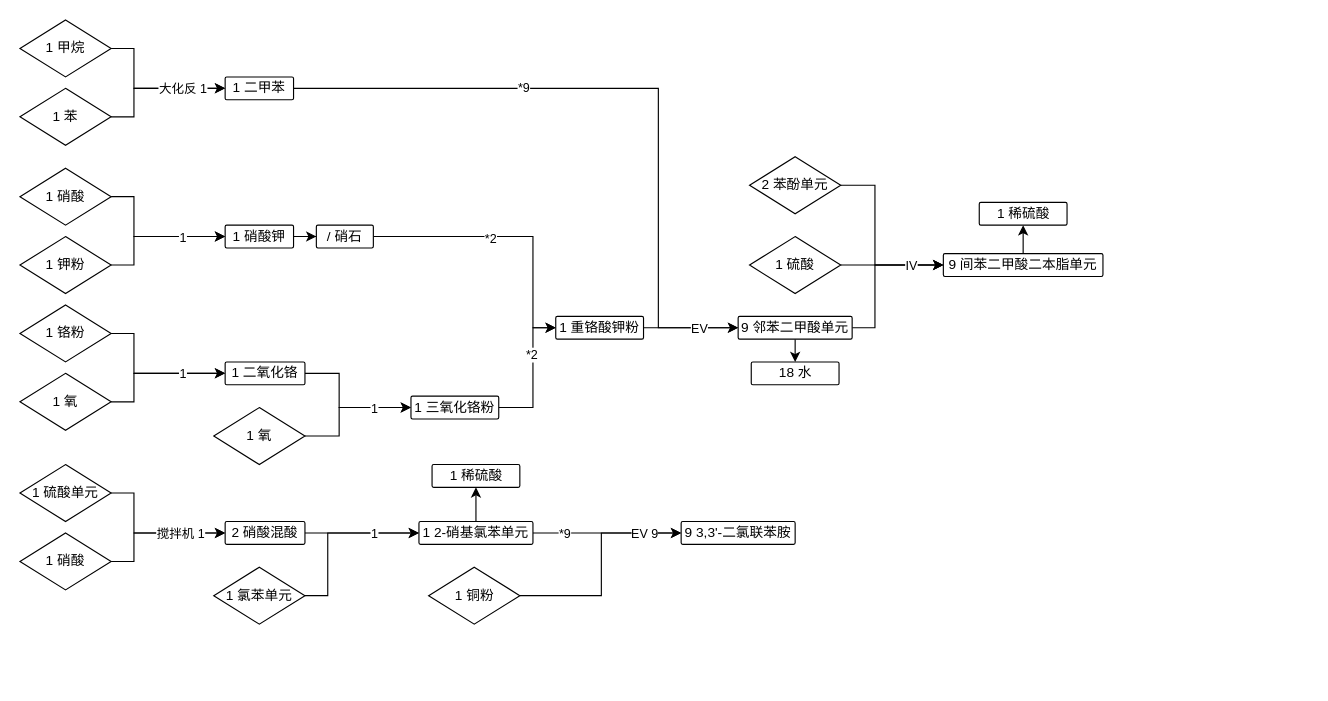
Earlier version of the draw.io diagram 聚苯并咪唑.drawio (ShirasawaSama/GTNH). Source tidied: cells renumbered, new cells numbered last; positions are measured from the earlier drawing's top-left corner, leaving out a move shared by most shapes. Both pictures are drawn from the tidied source at 114%, with x=0, y=0 at pixel (19, 19).
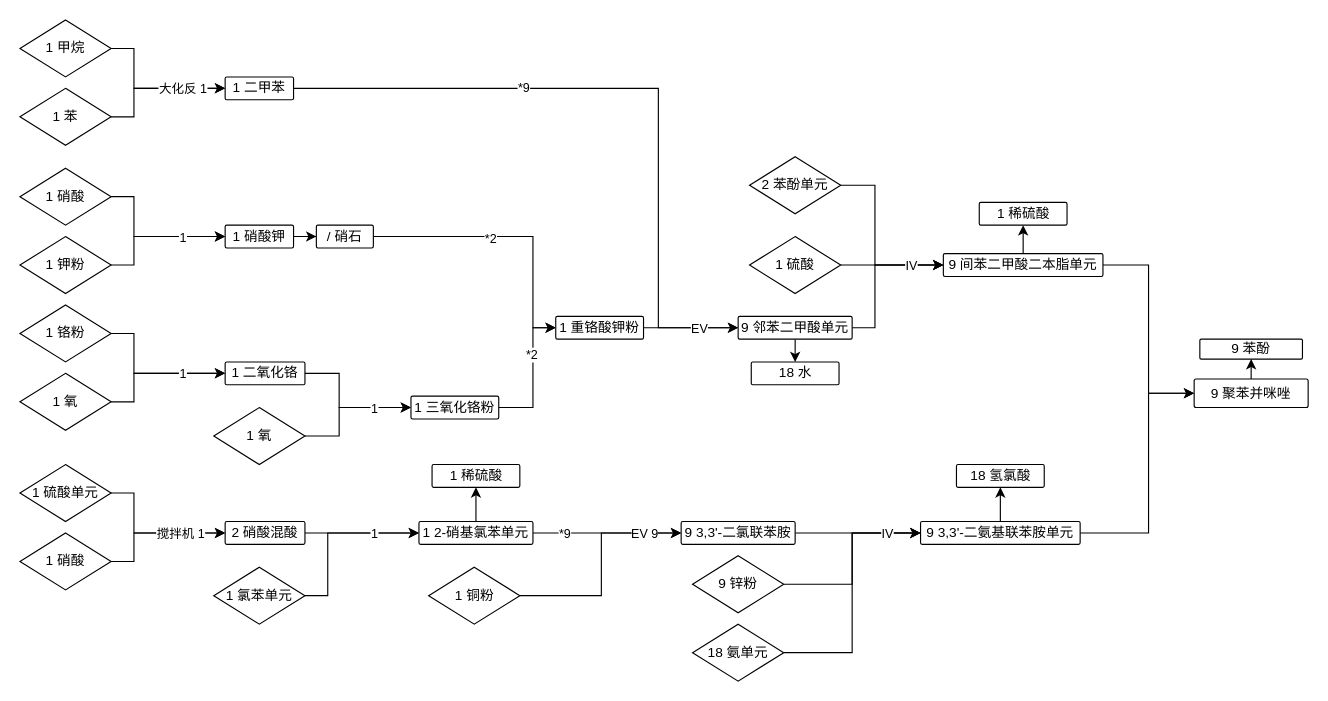
The same page after the edit.

Commit message (it also covers changes not shown here):
更新聚苯并咪唑.drawio

Unchanged cells that the change refers to:
```xml
<mxCell id="46" value="9 间苯二甲酸二本脂单元" style="rounded=1;whiteSpace=wrap;html=1;arcSize=7;" parent="1" vertex="1">
  <mxGeometry x="810" y="205" width="140" height="20" as="geometry" />
</mxCell>
<mxCell id="63" value="9 3,3'-二氯联苯胺" style="rounded=1;whiteSpace=wrap;html=1;arcSize=7;" parent="1" vertex="1">
  <mxGeometry x="580" y="440" width="100" height="20" as="geometry" />
</mxCell>
```

The edit, as a diff of the source:
```diff
@@
+    <mxCell id="67" style="edgeStyle=orthogonalEdgeStyle;rounded=0;jettySize=auto;html=1;entryX=0;entryY=0.5;entryDx=0;entryDy=0;" parent="1" edge="1" source="46" target="79">
+      <mxGeometry relative="1" as="geometry" />
+    </mxCell>
@@
+    <mxCell id="68" style="edgeStyle=orthogonalEdgeStyle;rounded=0;jettySize=auto;html=1;" parent="1" edge="1" source="63" target="71">
+      <mxGeometry relative="1" as="geometry" />
+    </mxCell>
@@
+    <mxCell id="69" style="edgeStyle=orthogonalEdgeStyle;rounded=0;jettySize=auto;html=1;entryX=0.5;entryY=1;entryDx=0;entryDy=0;" parent="1" edge="1" source="71" target="77">
+      <mxGeometry relative="1" as="geometry" />
+    </mxCell>
+    <mxCell id="70" style="edgeStyle=orthogonalEdgeStyle;rounded=0;jettySize=auto;html=1;entryX=0;entryY=0.5;entryDx=0;entryDy=0;" parent="1" edge="1" source="71" target="79">
+      <mxGeometry relative="1" as="geometry">
+        <Array as="points">
+          <mxPoint x="990" y="450" />
+          <mxPoint x="990" y="328" />
+        </Array>
+      </mxGeometry>
+    </mxCell>
+    <mxCell id="71" value="9 3,3'-二氨基联苯胺单元" style="rounded=1;whiteSpace=wrap;html=1;arcSize=7;" parent="1" vertex="1">
+      <mxGeometry x="790" y="440" width="140" height="20" as="geometry" />
+    </mxCell>
+    <mxCell id="72" style="edgeStyle=orthogonalEdgeStyle;rounded=0;jettySize=auto;html=1;entryX=0;entryY=0.5;entryDx=0;entryDy=0;" parent="1" edge="1" source="73" target="71">
+      <mxGeometry relative="1" as="geometry" />
+    </mxCell>
+    <mxCell id="73" value="9 锌粉" style="rhombus;whiteSpace=wrap;html=1;" parent="1" vertex="1">
+      <mxGeometry x="590" y="470" width="80" height="50" as="geometry" />
+    </mxCell>
+    <mxCell id="74" style="edgeStyle=orthogonalEdgeStyle;rounded=0;jettySize=auto;html=1;entryX=0;entryY=0.5;entryDx=0;entryDy=0;" parent="1" edge="1" source="76" target="71">
+      <mxGeometry relative="1" as="geometry" />
+    </mxCell>
+    <mxCell id="75" value="IV" style="edgeLabel;html=1;align=center;verticalAlign=middle;" parent="74" vertex="1">
+      <mxGeometry x="0.65" y="1" relative="1" as="geometry">
+        <mxPoint x="9" y="1" as="offset" />
+      </mxGeometry>
+    </mxCell>
+    <mxCell id="76" value="18 氨单元" style="rhombus;whiteSpace=wrap;html=1;" parent="1" vertex="1">
+      <mxGeometry x="590" y="530" width="80" height="50" as="geometry" />
+    </mxCell>
+    <mxCell id="77" value="18 氢氯酸" style="rounded=1;whiteSpace=wrap;html=1;arcSize=7;" parent="1" vertex="1">
+      <mxGeometry x="821.5" y="390" width="77" height="20" as="geometry" />
+    </mxCell>
+    <mxCell id="78" style="edgeStyle=orthogonalEdgeStyle;rounded=0;jettySize=auto;html=1;exitX=0.5;exitY=0;exitDx=0;exitDy=0;entryX=0.5;entryY=1;entryDx=0;entryDy=0;" parent="1" edge="1" source="79" target="80">
+      <mxGeometry relative="1" as="geometry" />
+    </mxCell>
+    <mxCell id="79" value="9 聚苯并咪唑" style="rounded=1;whiteSpace=wrap;html=1;arcSize=7;" parent="1" vertex="1">
+      <mxGeometry x="1030" y="315" width="100" height="25" as="geometry" />
+    </mxCell>
+    <mxCell id="80" value="9 苯酚" style="rounded=1;whiteSpace=wrap;html=1;arcSize=7;" parent="1" vertex="1">
+      <mxGeometry x="1035" y="280" width="90" height="17.5" as="geometry" />
+    </mxCell>
```
